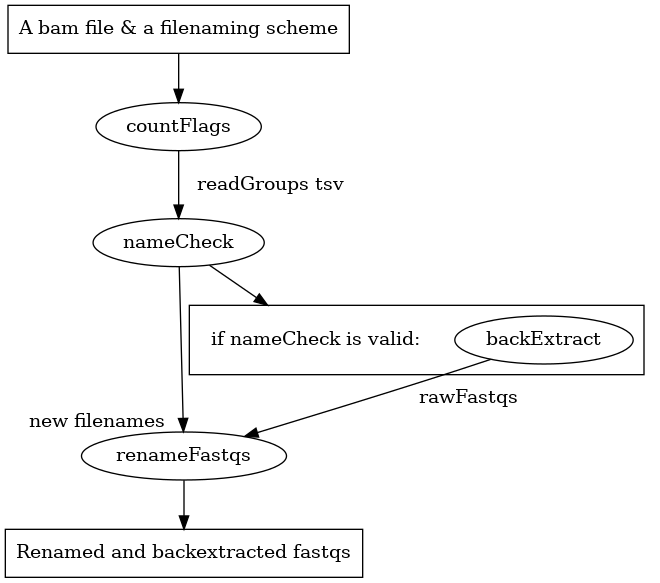
The Graphviz diagram bamToFastq.png in oicr-gsi/bamToFastq, before a commit. Its source is kept beside it as bamToFastq.dot. Its diagram source:
```dot
digraph bamToFastq {
  compound=true;
  rankdir="TB";
  "A bam file & a filenaming scheme" -> "countFlags"
  "countFlags" -> "nameCheck" [label= "   readGroups tsv"]
  "backExtract" -> "renameFastqs" [label= "   rawFastqs"]
  "nameCheck" -> "renameFastqs" [headlabel= "new filenames   "]
  "nameCheck" -> "if nameCheck is valid:" [lhead=cluster_0]
  "renameFastqs" -> "Renamed and backextracted fastqs"
  "countFlags"
  "nameCheck"
  "renameFastqs"
  "A bam file & a filenaming scheme" [shape=box]
  "Renamed and backextracted fastqs" [shape=box]

subgraph cluster_0 {
  "backExtract"
  "if nameCheck is valid:" [shape=plaintext]
}

}
```
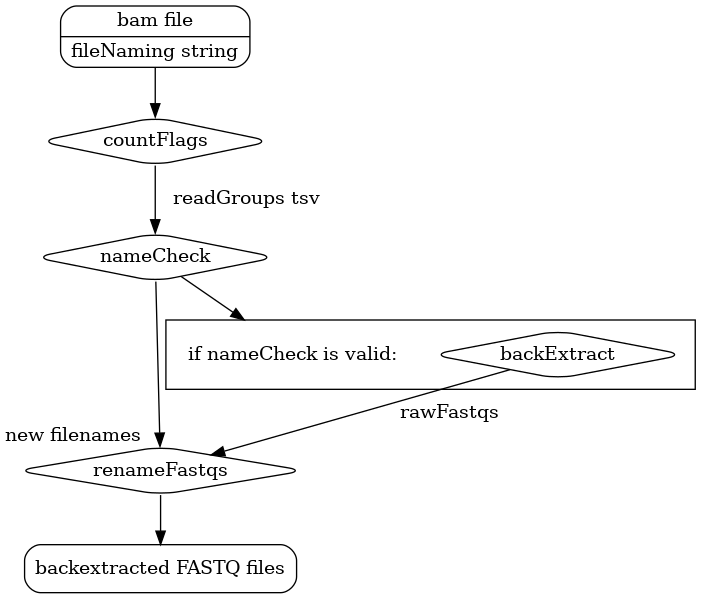
After the commit.

Commit message:
Updating output format and diagram

Diff of the diagram source:
```diff
@@ -1,17 +1,18 @@
 digraph bamToFastq {
   compound=true;
   rankdir="TB";
-  "A bam file & a filenaming scheme" -> "countFlags"
+  node [shape=diamond style=rounded]
+  "Inputs" -> "countFlags"
   "countFlags" -> "nameCheck" [label= "   readGroups tsv"]
   "backExtract" -> "renameFastqs" [label= "   rawFastqs"]
   "nameCheck" -> "renameFastqs" [headlabel= "new filenames   "]
   "nameCheck" -> "if nameCheck is valid:" [lhead=cluster_0]
-  "renameFastqs" -> "Renamed and backextracted fastqs"
+  "renameFastqs" -> "Outputs"
   "countFlags"
   "nameCheck"
   "renameFastqs"
-  "A bam file & a filenaming scheme" [shape=box]
-  "Renamed and backextracted fastqs" [shape=box]
+  "Inputs" [label="{bam file | fileNaming string}"shape=Mrecord]
+  "Outputs" [label="{backextracted FASTQ files}"shape=Mrecord]
 
 subgraph cluster_0 {
   "backExtract"
```
